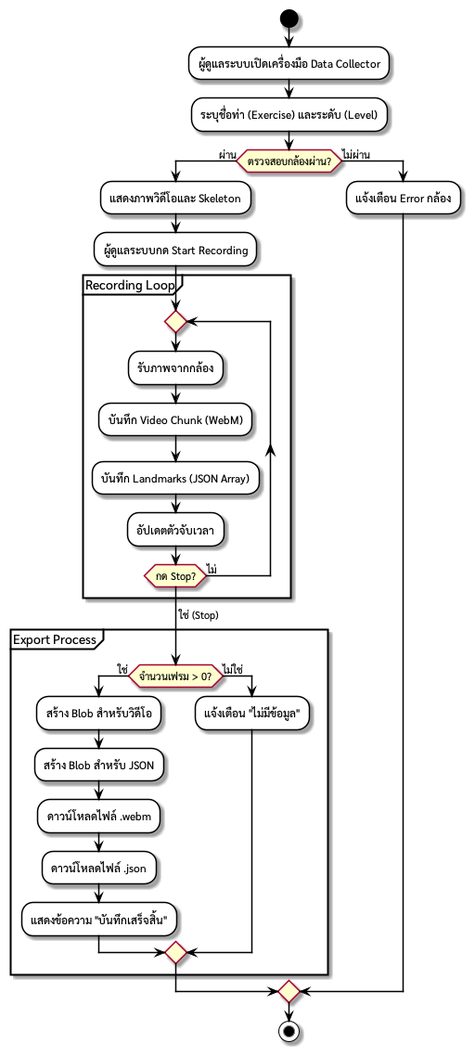
Earlier version of the PlantUML export out/docs/diagrams/ActivityDiagram_UC06/TaijiFlow_Activity_Diagram_UC06.png (vyut/TaijiFlow).
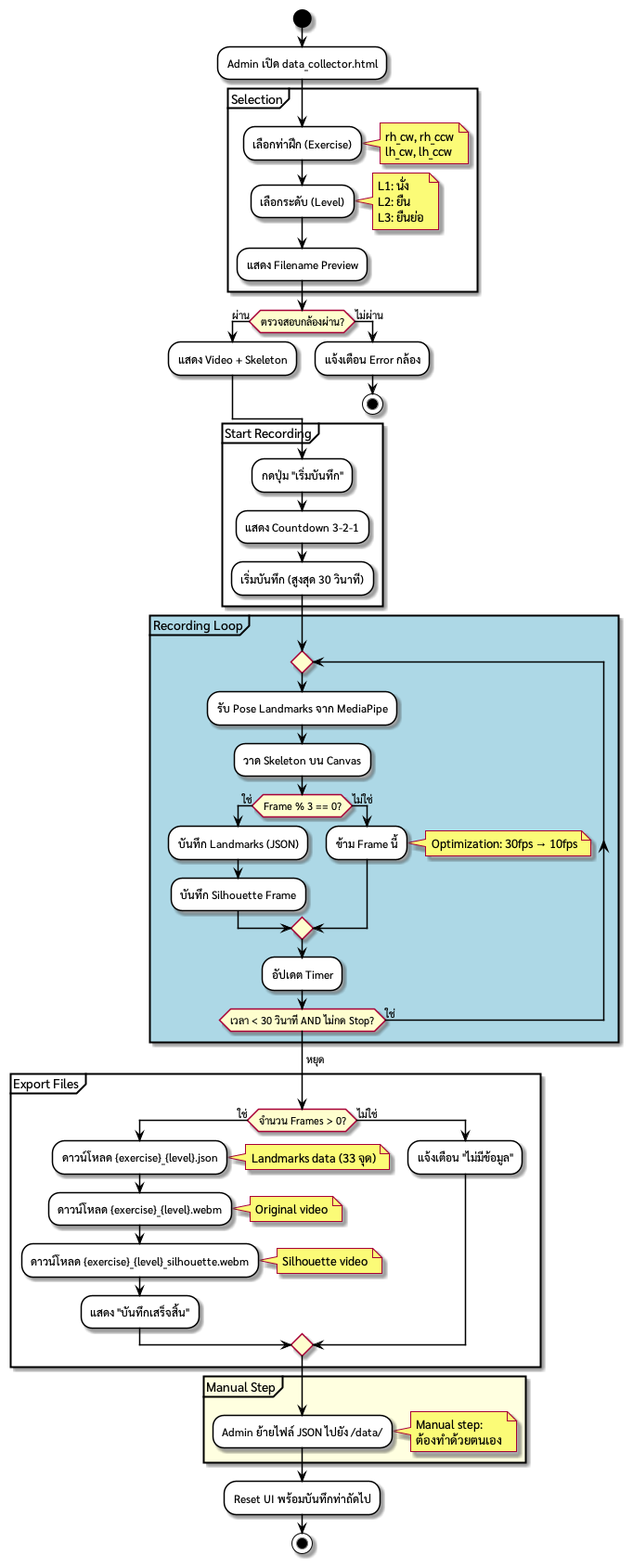
After the commit.

Commit message:
Fixed another diagrams (usecase, activity)

The edit, as a diff of the source:
```diff
@@ -1,4 +1,5 @@
 @startuml TaijiFlow_Activity_Diagram_UC06
+
 skinparam defaultFontName "sarabun"
 skinparam activity {
     BackgroundColor White
@@ -7,37 +8,85 @@
 }
 
 start
-:ผู้ดูแลระบบเปิดเครื่องมือ Data Collector;
-:ระบุชื่อท่า (Exercise) และระดับ (Level);
+
+:Admin เปิด data_collector.html;
+
+partition "Selection" {
+    :เลือกท่าฝึก (Exercise);
+    note right
+        rh_cw, rh_ccw
+        lh_cw, lh_ccw
+    end note
+
+    :เลือกระดับ (Level);
+    note right
+        L1: นั่ง
+        L2: ยืน
+        L3: ยืนย่อ
+    end note
+
+    :แสดง Filename Preview;
+}
 
 if (ตรวจสอบกล้องผ่าน?) then (ผ่าน)
-    :แสดงภาพวิดีโอและ Skeleton;
-    :ผู้ดูแลระบบกด Start Recording;
-
-    partition "Recording Loop" {
-        repeat
-            :รับภาพจากกล้อง;
-            :บันทึก Video Chunk (WebM);
-            :บันทึก Landmarks (JSON Array);
-            :อัปเดตตัวจับเวลา;
-        repeat while (กด Stop?) is (ไม่)
-        -> ใช่ (Stop);
-    }
-
-    partition "Export Process" {
-        if (จำนวนเฟรม > 0?) then (ใช่)
-            :สร้าง Blob สำหรับวิดีโอ;
-            :สร้าง Blob สำหรับ JSON;
-            :ดาวน์โหลดไฟล์ .webm;
-            :ดาวน์โหลดไฟล์ .json;
-            :แสดงข้อความ "บันทึกเสร็จสิ้น";
-        else (ไม่ใช่)
-            :แจ้งเตือน "ไม่มีข้อมูล";
-        endif
-    }
+    :แสดง Video + Skeleton;
 else (ไม่ผ่าน)
     :แจ้งเตือน Error กล้อง;
+    stop
 endif
 
+partition "Start Recording" {
+    :กดปุ่ม "เริ่มบันทึก";
+    :แสดง Countdown 3-2-1;
+    :เริ่มบันทึก (สูงสุด 30 วินาที);
+}
+
+partition "Recording Loop" #LightBlue {
+    repeat
+        :รับ Pose Landmarks จาก MediaPipe;
+        :วาด Skeleton บน Canvas;
+
+        if (Frame % 3 == 0?) then (ใช่)
+            :บันทึก Landmarks (JSON);
+            :บันทึก Silhouette Frame;
+        else (ไม่ใช่)
+            :ข้าม Frame นี้;
+            note right: Optimization: 30fps → 10fps
+        endif
+
+        :อัปเดต Timer;
+
+    repeat while (เวลา < 30 วินาที AND ไม่กด Stop?) is (ใช่)
+    -> หยุด;
+}
+
+partition "Export Files" {
+    if (จำนวน Frames > 0?) then (ใช่)
+        :ดาวน์โหลด {exercise}_{level}.json;
+        note right: Landmarks data (33 จุด)
+
+        :ดาวน์โหลด {exercise}_{level}.webm;
+        note right: Original video
+
+        :ดาวน์โหลด {exercise}_{level}_silhouette.webm;
+        note right: Silhouette video
+
+        :แสดง "บันทึกเสร็จสิ้น";
+    else (ไม่ใช่)
+        :แจ้งเตือน "ไม่มีข้อมูล";
+    endif
+}
+
+partition "Manual Step" #LightYellow {
+    :Admin ย้ายไฟล์ JSON ไปยัง /data/;
+    note right
+        Manual step:
+        ต้องทำด้วยตนเอง
+    end note
+}
+
+:Reset UI พร้อมบันทึกท่าถัดไป;
+
 stop
+
 @enduml
```
